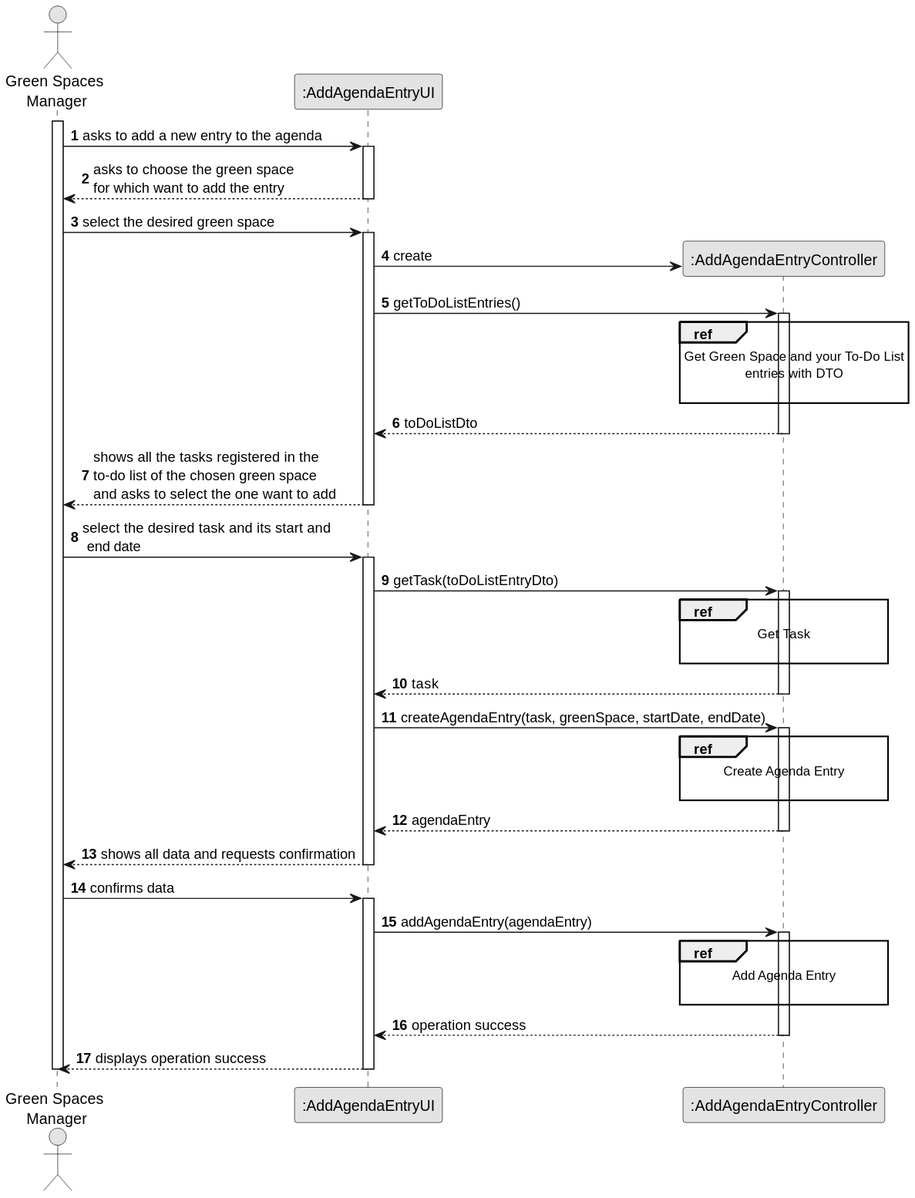
This is docs/sprintC/us022/03.design/svg/us022-sequence-diagram-split.svg from diogoveirospro/lei-24-s2-1dg-g072, a PlantUML export, as it was before one commit.
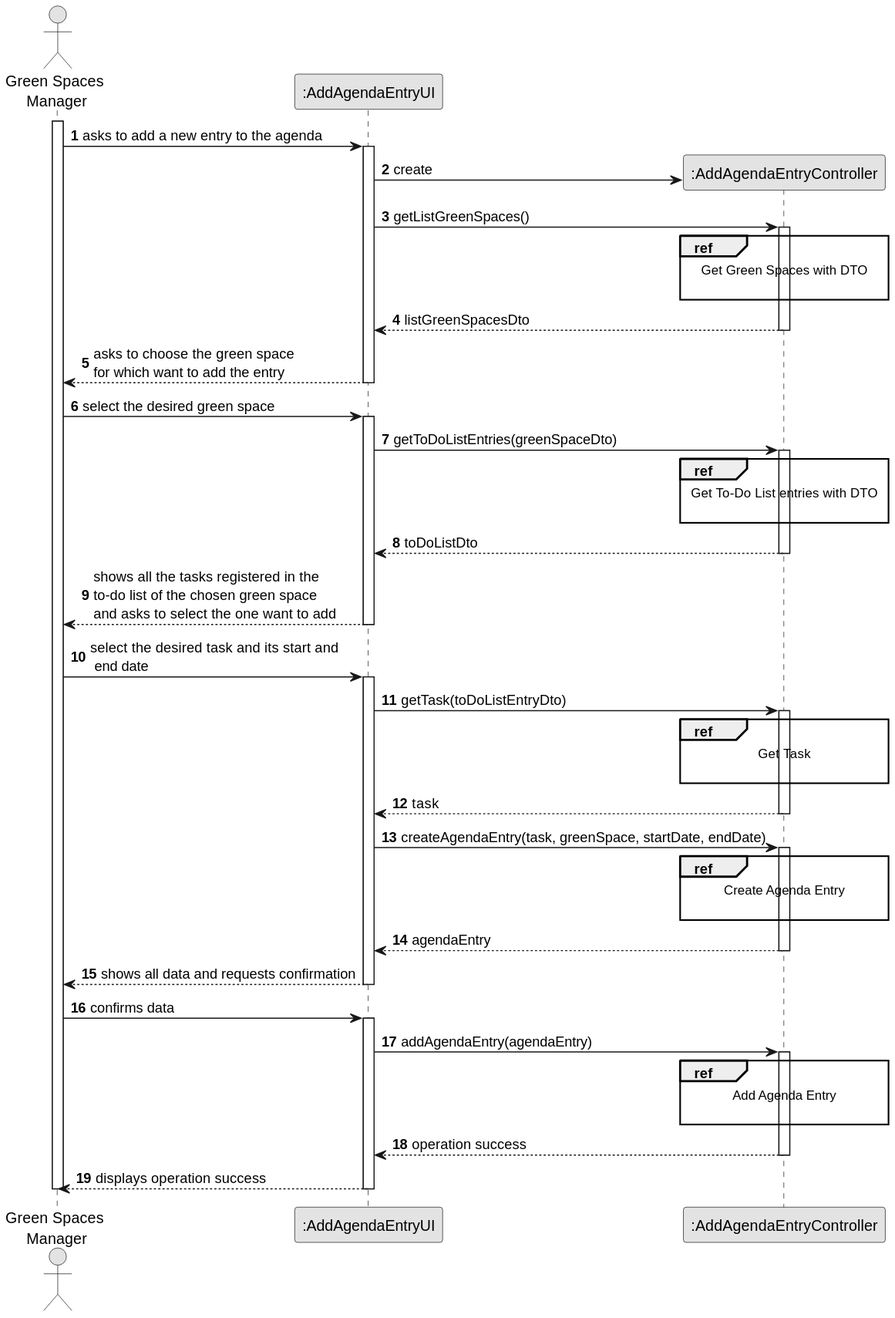
Later version of the same file.

Diff of the diagram source:
```diff
@@ -14,20 +14,30 @@
     GSM -> UI : asks to add a new entry to the agenda
     activate UI
 
+        UI -> CTRL** : create
+
+        UI -> CTRL : getListGreenSpaces()
+        activate CTRL
+
+            ref over CTRL
+            Get Green Spaces with DTO
+
+            end
+
+            CTRL --> UI : listGreenSpacesDto
+        deactivate CTRL
+
         UI --> GSM : asks to choose the green space \nfor which want to add the entry
     deactivate UI
 
     GSM -> UI : select the desired green space
     activate UI
 
-        UI -> CTRL** : create
-
-        UI -> CTRL : getToDoListEntries()
+        UI -> CTRL : getToDoListEntries(greenSpaceDto)
         activate CTRL
 
            ref over CTRL
-           Get Green Space and your To-Do List
-           entries with DTO
+           Get To-Do List entries with DTO
 
            end
 
```
